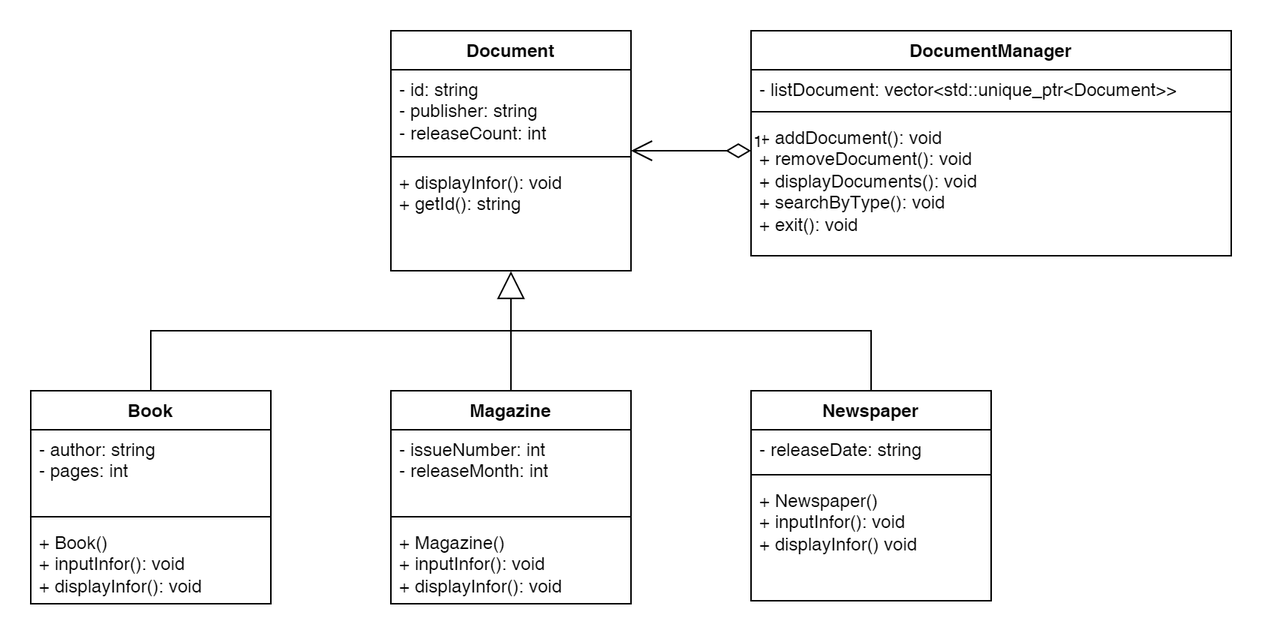
Above: 02_LibraryManage/docs/classDiagram.png in thanhetebkdn/object_orient_programming (draw.io), before the change. Source tidied: cells renumbered, new cells last; positions are measured from the earlier drawing's top-left corner, leaving out a move shared by most shapes.
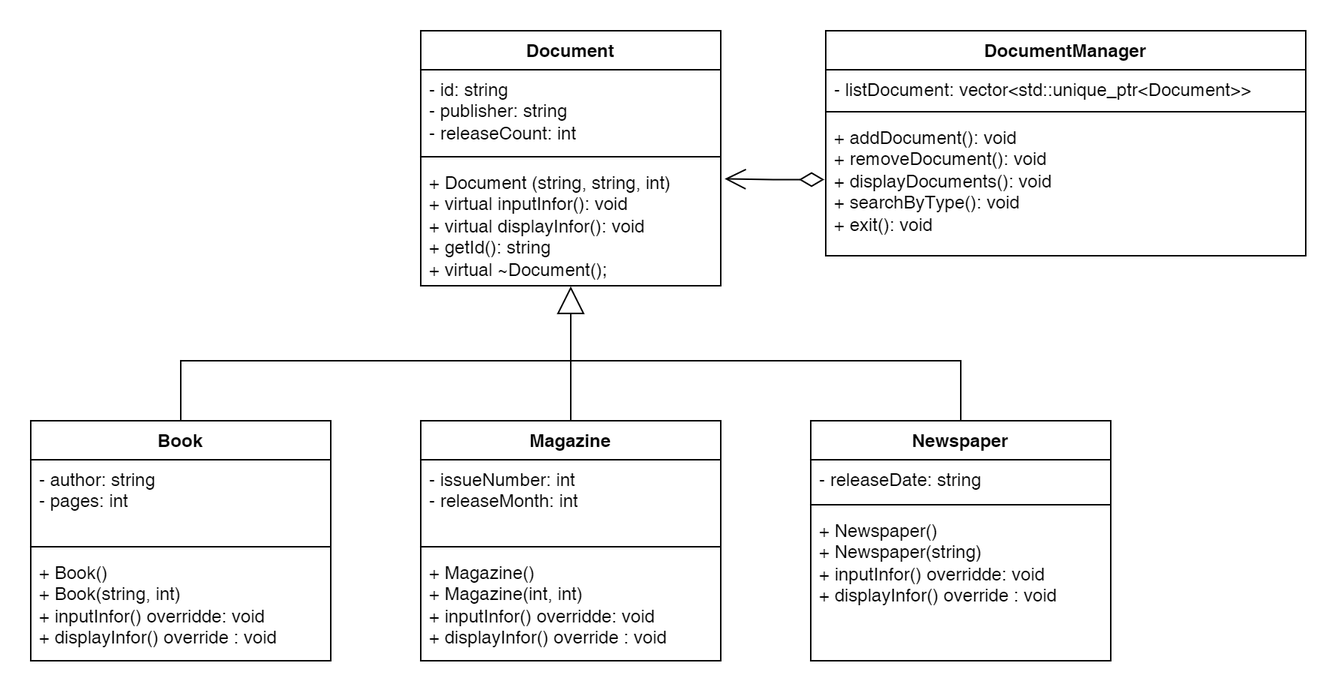
Later version of the same file.

What changed in the source:
```diff
@@ -3,55 +3,55 @@
     <mxCell id="0" />
     <mxCell id="1" parent="0" />
     <mxCell id="2" value="Document" style="swimlane;fontStyle=1;align=center;verticalAlign=top;horizontal=1;startSize=26;whiteSpace=wrap;html=1;" parent="1" vertex="1">
-      <mxGeometry x="240" width="160" height="160" as="geometry" />
+      <mxGeometry x="220" y="-20" width="200" height="170" as="geometry" />
     </mxCell>
     <mxCell id="3" value="- id: string&lt;div&gt;- publisher: string&lt;/div&gt;&lt;div&gt;- releaseCount: int&lt;/div&gt;" style="text;strokeColor=none;fillColor=none;align=left;verticalAlign=top;spacingLeft=4;spacingRight=4;overflow=hidden;whiteSpace=wrap;html=1;" parent="2" vertex="1">
-      <mxGeometry y="26" width="160" height="54" as="geometry" />
+      <mxGeometry y="26" width="200" height="54" as="geometry" />
     </mxCell>
     <mxCell id="4" style="line;strokeWidth=1;fillColor=none;align=left;verticalAlign=middle;spacingTop=-1;spacingLeft=3;spacingRight=3;labelPosition=right;strokeColor=inherit;" parent="2" vertex="1">
-      <mxGeometry y="80" width="160" height="8" as="geometry" />
+      <mxGeometry y="80" width="200" height="8" as="geometry" />
     </mxCell>
-    <mxCell id="5" value="+ displayInfor(): void&lt;div&gt;+ getId(): string&lt;/div&gt;" style="text;strokeColor=none;fillColor=none;align=left;verticalAlign=top;spacingLeft=4;spacingRight=4;overflow=hidden;points=[[0,0.5],[1,0.5]];portConstraint=eastwest;whiteSpace=wrap;html=1;" parent="2" vertex="1">
-      <mxGeometry y="88" width="160" height="72" as="geometry" />
+    <mxCell id="5" value="&lt;div&gt;+ Document (string, string, int)&lt;/div&gt;&lt;div&gt;+ virtual inputInfor(): void&lt;/div&gt;+ virtual displayInfor(): void&lt;div&gt;+ getId(): string&lt;/div&gt;&lt;div&gt;+ virtual ~Document();&lt;/div&gt;" style="text;strokeColor=none;fillColor=none;align=left;verticalAlign=top;spacingLeft=4;spacingRight=4;overflow=hidden;points=[[0,0.5],[1,0.5]];portConstraint=eastwest;whiteSpace=wrap;html=1;" parent="2" vertex="1">
+      <mxGeometry y="88" width="200" height="82" as="geometry" />
     </mxCell>
     <mxCell id="6" value="Book  " style="swimlane;fontStyle=1;align=center;verticalAlign=top;horizontal=1;startSize=26;whiteSpace=wrap;html=1;" parent="1" vertex="1">
-      <mxGeometry y="240" width="160" height="142" as="geometry" />
+      <mxGeometry x="-40" y="240" width="200" height="160" as="geometry" />
     </mxCell>
     <mxCell id="7" value="- author: string&lt;div&gt;- pages: int &amp;nbsp;&lt;br&gt;&lt;/div&gt;" style="text;strokeColor=none;fillColor=none;align=left;verticalAlign=top;spacingLeft=4;spacingRight=4;overflow=hidden;whiteSpace=wrap;html=1;" parent="6" vertex="1">
-      <mxGeometry y="26" width="160" height="54" as="geometry" />
+      <mxGeometry y="26" width="200" height="54" as="geometry" />
     </mxCell>
     <mxCell id="8" style="line;strokeWidth=1;fillColor=none;align=left;verticalAlign=middle;spacingTop=-1;spacingLeft=3;spacingRight=3;labelPosition=right;strokeColor=inherit;" parent="6" vertex="1">
-      <mxGeometry y="80" width="160" height="8" as="geometry" />
+      <mxGeometry y="80" width="200" height="8" as="geometry" />
     </mxCell>
-    <mxCell id="9" value="+ Book()&lt;br&gt;+ inputInfor(): void&lt;br&gt;+&amp;nbsp;displayInfor(): void" style="text;strokeColor=none;fillColor=none;align=left;verticalAlign=top;spacingLeft=4;spacingRight=4;overflow=hidden;whiteSpace=wrap;html=1;" parent="6" vertex="1">
-      <mxGeometry y="88" width="160" height="54" as="geometry" />
+    <mxCell id="9" value="+ Book()&lt;div&gt;+ Book(string, int)&lt;br&gt;+ inputInfor() overridde: void&lt;br&gt;+&amp;nbsp;displayInfor() override : void&lt;/div&gt;" style="text;strokeColor=none;fillColor=none;align=left;verticalAlign=top;spacingLeft=4;spacingRight=4;overflow=hidden;whiteSpace=wrap;html=1;" parent="6" vertex="1">
+      <mxGeometry y="88" width="200" height="72" as="geometry" />
     </mxCell>
     <mxCell id="10" value="Magazine" style="swimlane;fontStyle=1;align=center;verticalAlign=top;horizontal=1;startSize=26;whiteSpace=wrap;html=1;" parent="1" vertex="1">
-      <mxGeometry x="240" y="240" width="160" height="142" as="geometry" />
+      <mxGeometry x="220" y="240" width="200" height="160" as="geometry" />
     </mxCell>
     <mxCell id="11" value="- issueNumber: int&lt;br&gt;&lt;div&gt;- releaseMonth: int&lt;br&gt;&lt;/div&gt;" style="text;strokeColor=none;fillColor=none;align=left;verticalAlign=top;spacingLeft=4;spacingRight=4;overflow=hidden;whiteSpace=wrap;html=1;" parent="10" vertex="1">
-      <mxGeometry y="26" width="160" height="54" as="geometry" />
+      <mxGeometry y="26" width="200" height="54" as="geometry" />
     </mxCell>
     <mxCell id="12" style="line;strokeWidth=1;fillColor=none;align=left;verticalAlign=middle;spacingTop=-1;spacingLeft=3;spacingRight=3;labelPosition=right;strokeColor=inherit;" parent="10" vertex="1">
-      <mxGeometry y="80" width="160" height="8" as="geometry" />
+      <mxGeometry y="80" width="200" height="8" as="geometry" />
     </mxCell>
-    <mxCell id="13" value="&lt;div&gt;+ Magazine()&lt;/div&gt;&lt;div&gt;+ inputInfor(): void&lt;br&gt;+ displayInfor(): void&lt;br&gt;&lt;/div&gt;" style="text;strokeColor=none;fillColor=none;align=left;verticalAlign=top;spacingLeft=4;spacingRight=4;overflow=hidden;whiteSpace=wrap;html=1;" parent="10" vertex="1">
-      <mxGeometry y="88" width="160" height="54" as="geometry" />
+    <mxCell id="13" value="&lt;div&gt;+ Magazine()&lt;/div&gt;&lt;div&gt;+ Magazine(int, int)&lt;/div&gt;&lt;div&gt;+ inputInfor() overridde: void&lt;br&gt;+&amp;nbsp;displayInfor() override : void&lt;br&gt;&lt;/div&gt;" style="text;strokeColor=none;fillColor=none;align=left;verticalAlign=top;spacingLeft=4;spacingRight=4;overflow=hidden;whiteSpace=wrap;html=1;" parent="10" vertex="1">
+      <mxGeometry y="88" width="200" height="72" as="geometry" />
     </mxCell>
     <mxCell id="14" value="Newspaper " style="swimlane;fontStyle=1;align=center;verticalAlign=top;horizontal=1;startSize=26;whiteSpace=wrap;html=1;" parent="1" vertex="1">
-      <mxGeometry x="480" y="240" width="160" height="140" as="geometry" />
+      <mxGeometry x="480" y="240" width="200" height="160" as="geometry" />
     </mxCell>
     <mxCell id="15" value="- releaseDate: string" style="text;strokeColor=none;fillColor=none;align=left;verticalAlign=top;spacingLeft=4;spacingRight=4;overflow=hidden;whiteSpace=wrap;html=1;" parent="14" vertex="1">
-      <mxGeometry y="26" width="160" height="26" as="geometry" />
+      <mxGeometry y="26" width="200" height="26" as="geometry" />
     </mxCell>
     <mxCell id="16" style="line;strokeWidth=1;fillColor=none;align=left;verticalAlign=middle;spacingTop=-1;spacingLeft=3;spacingRight=3;labelPosition=right;strokeColor=inherit;" parent="14" vertex="1">
-      <mxGeometry y="52" width="160" height="8" as="geometry" />
+      <mxGeometry y="52" width="200" height="8" as="geometry" />
     </mxCell>
-    <mxCell id="17" value="+ Newspaper()&lt;br&gt;+ inputInfor(): void&lt;br&gt;+ displayInfor()&amp;nbsp;void" style="text;strokeColor=none;fillColor=none;align=left;verticalAlign=top;spacingLeft=4;spacingRight=4;overflow=hidden;whiteSpace=wrap;html=1;" parent="14" vertex="1">
-      <mxGeometry y="60" width="160" height="80" as="geometry" />
+    <mxCell id="17" value="+ Newspaper()&lt;div&gt;+ Newspaper(string)&lt;br&gt;+ inputInfor() overridde: void&lt;br&gt;+&amp;nbsp;displayInfor() override : void&lt;/div&gt;" style="text;strokeColor=none;fillColor=none;align=left;verticalAlign=top;spacingLeft=4;spacingRight=4;overflow=hidden;whiteSpace=wrap;html=1;" parent="14" vertex="1">
+      <mxGeometry y="60" width="200" height="100" as="geometry" />
     </mxCell>
     <mxCell id="18" value="DocumentManager" style="swimlane;fontStyle=1;align=center;verticalAlign=top;horizontal=1;startSize=26;whiteSpace=wrap;html=1;" parent="1" vertex="1">
-      <mxGeometry x="480" width="320" height="150" as="geometry" />
+      <mxGeometry x="490" y="-20" width="320" height="150" as="geometry" />
     </mxCell>
     <mxCell id="19" value="&lt;div&gt;- listDocument: vector&amp;lt;std::unique_ptr&amp;lt;Document&amp;gt;&amp;gt;&lt;br&gt;&lt;/div&gt;" style="text;strokeColor=none;fillColor=none;align=left;verticalAlign=top;spacingLeft=4;spacingRight=4;overflow=hidden;whiteSpace=wrap;html=1;" parent="18" vertex="1">
       <mxGeometry y="26" width="320" height="24" as="geometry" />
@@ -68,12 +68,12 @@
     <mxCell id="23" style="endArrow=none;html=1;rounded=0;exitX=0.5;exitY=0;exitDx=0;exitDy=0;entryX=0.5;entryY=0;entryDx=0;entryDy=0;" parent="1" edge="1" source="6" target="14">
       <mxGeometry relative="1" as="geometry">
         <Array as="points">
-          <mxPoint x="80" y="200" />
-          <mxPoint x="560" y="200" />
+          <mxPoint x="60" y="200" />
+          <mxPoint x="580" y="200" />
         </Array>
       </mxGeometry>
     </mxCell>
-    <mxCell id="24" value="1" style="endArrow=open;html=1;endSize=12;startArrow=diamondThin;startSize=14;startFill=0;edgeStyle=orthogonalEdgeStyle;align=left;verticalAlign=bottom;rounded=0;exitX=0;exitY=0.239;exitDx=0;exitDy=0;entryX=1;entryY=0.5;entryDx=0;entryDy=0;exitPerimeter=0;" parent="1" edge="1" source="21" target="2">
+    <mxCell id="24" style="endArrow=open;html=1;endSize=12;startArrow=diamondThin;startSize=14;startFill=0;edgeStyle=orthogonalEdgeStyle;align=left;verticalAlign=bottom;rounded=0;exitX=-0.003;exitY=0.448;exitDx=0;exitDy=0;exitPerimeter=0;entryX=1.013;entryY=0.131;entryDx=0;entryDy=0;entryPerimeter=0;" parent="1" edge="1" source="21" target="5">
       <mxGeometry x="-1" y="3" relative="1" as="geometry" />
     </mxCell>
   </root>
```
